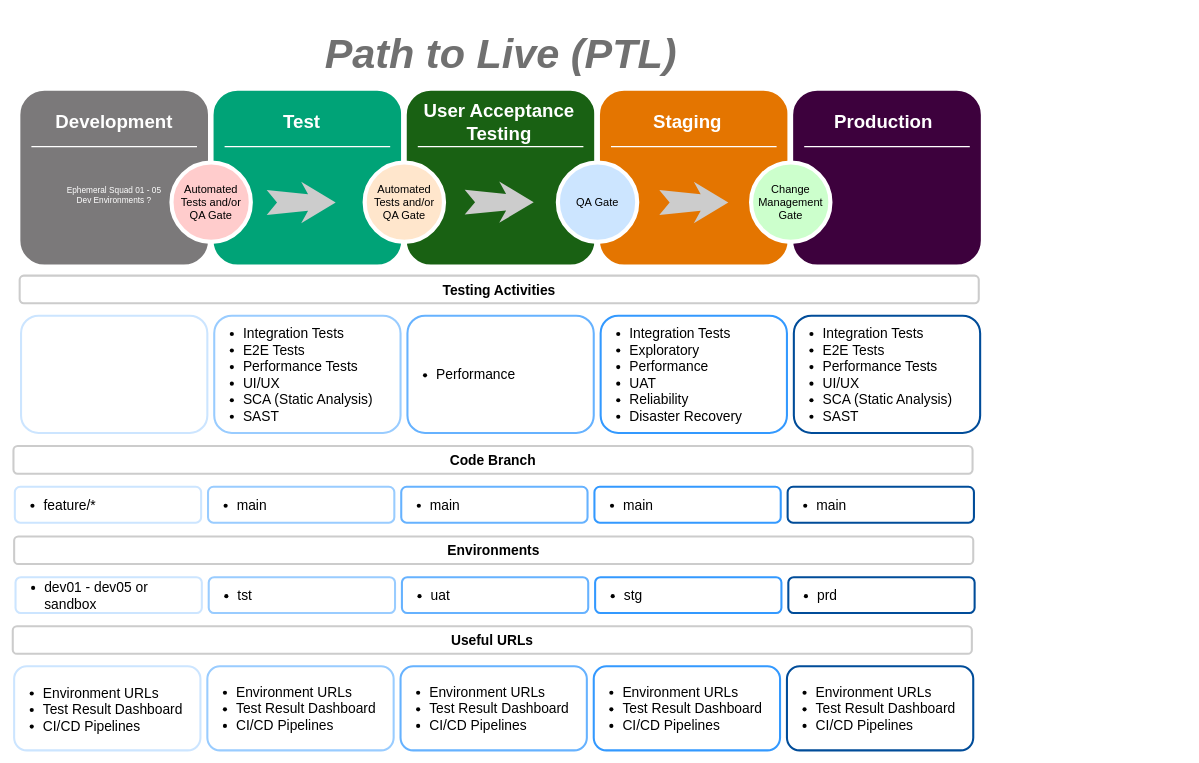
Before: Diagrams/path-to-live-7im.drawio in Vykistwo/7IM, a draw.io diagram. Source tidied: cells renumbered, new cells numbered last; positions are measured from the earlier drawing's top-left corner, leaving out a move shared by most shapes. Both pictures are drawn from the tidied source at 69%, with x=0, y=0 at pixel (12, 22).
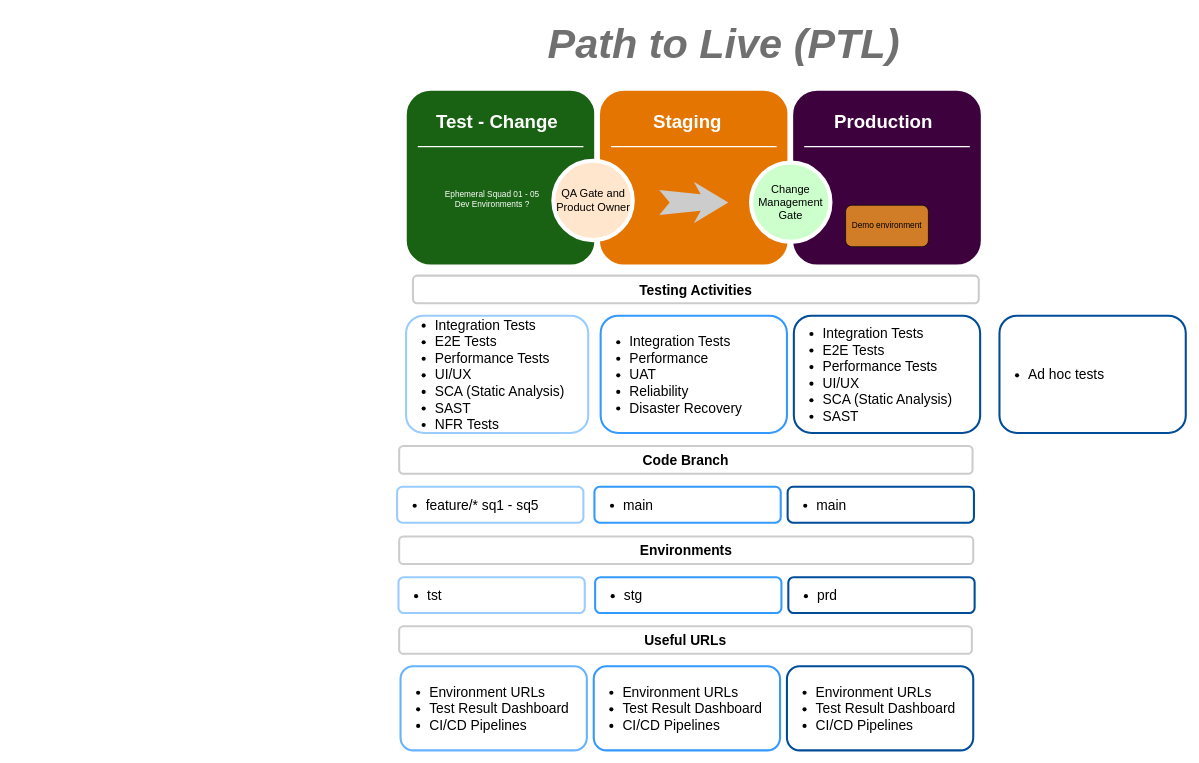
The same diagram, later.

Change to the diagram source:
```diff
@@
-    <mxCell id="2" style="whiteSpace=wrap;html=1;rounded=1;shadow=0;strokeWidth=8;fontSize=20;align=center;strokeColor=#FFFFFF;labelBackgroundColor=none;fillColor=#7b797a;" parent="1" vertex="1">
-      <mxGeometry x="7" y="95" width="280" height="260" as="geometry" />
-    </mxCell>
-    <mxCell id="3" value="&lt;div&gt;&lt;br&gt;&lt;/div&gt;" style="text;html=1;align=left;verticalAlign=middle;whiteSpace=wrap;rounded=1;shadow=0;fontSize=20;strokeWidth=3;fillColor=#ffffff;strokeColor=#CCE5FF;perimeterSpacing=5;" parent="1" vertex="1">
-      <mxGeometry x="12" y="425" width="270" height="170" as="geometry" />
-    </mxCell>
-    <mxCell id="4" style="line;strokeWidth=2;html=1;rounded=0;shadow=0;fontSize=27;align=center;fillColor=none;strokeColor=#FFFFFF;" parent="1" vertex="1">
-      <mxGeometry x="27" y="175" width="240" height="10" as="geometry" />
-    </mxCell>
-    <mxCell id="5" style="whiteSpace=wrap;html=1;rounded=1;shadow=0;strokeWidth=8;fontSize=20;align=center;strokeColor=#FFFFFF;fillColor=#00a377;" parent="1" vertex="1">
-      <mxGeometry x="287" y="95" width="280" height="260" as="geometry" />
-    </mxCell>
-    <mxCell id="6" style="line;strokeWidth=2;html=1;rounded=0;shadow=0;fontSize=27;align=center;fillColor=none;strokeColor=#FFFFFF;" parent="1" vertex="1">
-      <mxGeometry x="307" y="175" width="240" height="10" as="geometry" />
-    </mxCell>
@@
     <mxCell id="16" value="Path to Live (PTL)" style="text;html=1;align=center;verticalAlign=middle;fontSize=60;fontStyle=3;fillColor=#ffffff;rounded=0;fontColor=#4D4D4D;textOpacity=80;spacingTop=1;spacing=8;" parent="1" vertex="1">
-      <mxGeometry x="437" width="540" height="90" as="geometry" />
+      <mxGeometry x="760" y="-15" width="540" height="90" as="geometry" />
     </mxCell>
-    <mxCell id="17" value="Automated Tests and/or QA Gate" style="ellipse;whiteSpace=wrap;html=1;rounded=0;shadow=0;strokeWidth=6;fontSize=16;align=center;strokeColor=#FFFFFF;fillColor=#FFCCCC;" parent="1" vertex="1">
-      <mxGeometry x="230" y="203" width="115" height="115" as="geometry" />
-    </mxCell>
-    <mxCell id="18" value="Automated Tests and/or QA Gate" style="ellipse;whiteSpace=wrap;html=1;rounded=0;shadow=0;strokeWidth=6;fontSize=16;align=center;strokeColor=#FFFFFF;fillColor=#FFE6CC;" parent="1" vertex="1">
-      <mxGeometry x="510" y="203" width="115" height="115" as="geometry" />
+    <mxCell id="18" value="QA Gate and Product Owner" style="ellipse;whiteSpace=wrap;html=1;rounded=0;shadow=0;strokeWidth=6;fontSize=16;align=center;strokeColor=#FFFFFF;fillColor=#FFE6CC;" parent="1" vertex="1">
+      <mxGeometry x="783.5" y="200.5" width="115" height="115" as="geometry" />
     </mxCell>
-    <mxCell id="19" value="QA Gate" style="ellipse;whiteSpace=wrap;html=1;rounded=0;shadow=0;strokeWidth=6;fontSize=16;align=center;strokeColor=#FFFFFF;fillColor=#CCE5FF;" parent="1" vertex="1">
-      <mxGeometry x="790" y="203" width="115" height="115" as="geometry" />
-    </mxCell>
     <mxCell id="20" value="Testing Activities" style="whiteSpace=wrap;html=1;rounded=1;shadow=0;strokeWidth=3;fontSize=20;align=center;labelBackgroundColor=none;fillColor=#FFFFFF;strokeColor=#CCCCCC;fontStyle=1;" parent="1" vertex="1">
-      <mxGeometry x="10" y="367" width="1390" height="40" as="geometry" />
+      <mxGeometry x="580" y="367" width="820" height="40" as="geometry" />
     </mxCell>
-    <mxCell id="21" value="&lt;ul style=&quot;font-size: 20px&quot;&gt;&lt;li style=&quot;font-size: 20px&quot;&gt;Integration Tests&lt;/li&gt;&lt;li style=&quot;font-size: 20px&quot;&gt;E2E Tests&amp;nbsp;&lt;/li&gt;&lt;li style=&quot;font-size: 20px&quot;&gt;Performance Tests&lt;/li&gt;&lt;li style=&quot;font-size: 20px&quot;&gt;UI/UX&lt;/li&gt;&lt;li style=&quot;font-size: 20px&quot;&gt;SCA (Static Analysis)&lt;/li&gt;&lt;li style=&quot;font-size: 20px&quot;&gt;SAST&lt;/li&gt;&lt;/ul&gt;" style="text;html=1;align=left;verticalAlign=middle;whiteSpace=wrap;rounded=1;shadow=0;fontSize=20;strokeWidth=3;fillColor=#ffffff;perimeterSpacing=5;strokeColor=#99CCFF;" parent="1" vertex="1">
-      <mxGeometry x="292" y="425" width="270" height="170" as="geometry" />
+    <mxCell id="21" value="&lt;ul style=&quot;font-size: 20px&quot;&gt;&lt;li style=&quot;font-size: 20px&quot;&gt;Integration Tests&lt;/li&gt;&lt;li style=&quot;font-size: 20px&quot;&gt;E2E Tests&amp;nbsp;&lt;/li&gt;&lt;li style=&quot;font-size: 20px&quot;&gt;Performance Tests&lt;/li&gt;&lt;li style=&quot;font-size: 20px&quot;&gt;UI/UX&lt;/li&gt;&lt;li style=&quot;font-size: 20px&quot;&gt;SCA (Static Analysis)&lt;/li&gt;&lt;li style=&quot;font-size: 20px&quot;&gt;SAST&lt;/li&gt;&lt;li&gt;NFR Tests&lt;/li&gt;&lt;/ul&gt;" style="text;html=1;align=left;verticalAlign=middle;whiteSpace=wrap;rounded=1;shadow=0;fontSize=20;strokeWidth=3;fillColor=#ffffff;perimeterSpacing=5;strokeColor=#99CCFF;" parent="1" vertex="1">
+      <mxGeometry x="570" y="425" width="264" height="170" as="geometry" />
     </mxCell>
-    <mxCell id="22" value="&lt;ul style=&quot;font-size: 20px&quot;&gt;&lt;li style=&quot;font-size: 20px&quot;&gt;Performance&lt;/li&gt;&lt;/ul&gt;" style="text;html=1;align=left;verticalAlign=middle;whiteSpace=wrap;rounded=1;shadow=0;fontSize=20;strokeWidth=3;fillColor=#ffffff;perimeterSpacing=5;strokeColor=#66B2FF;" parent="1" vertex="1">
-      <mxGeometry x="572" y="425" width="270" height="170" as="geometry" />
-    </mxCell>
-    <mxCell id="23" value="&lt;ul style=&quot;font-size: 20px&quot;&gt;&lt;li&gt;Integration Tests&lt;/li&gt;&lt;li&gt;Exploratory&lt;/li&gt;&lt;li&gt;Performance&lt;/li&gt;&lt;li&gt;UAT&lt;/li&gt;&lt;li&gt;Reliability&lt;/li&gt;&lt;li&gt;Disaster Recovery&lt;/li&gt;&lt;/ul&gt;" style="text;html=1;align=left;verticalAlign=middle;whiteSpace=wrap;rounded=1;shadow=0;fontSize=20;strokeWidth=3;fillColor=#ffffff;perimeterSpacing=5;strokeColor=#3399FF;" parent="1" vertex="1">
+    <mxCell id="23" value="&lt;ul style=&quot;font-size: 20px&quot;&gt;&lt;li&gt;Integration Tests&lt;/li&gt;&lt;li&gt;Performance&lt;/li&gt;&lt;li&gt;UAT&lt;/li&gt;&lt;li&gt;Reliability&lt;/li&gt;&lt;li&gt;Disaster Recovery&lt;/li&gt;&lt;/ul&gt;" style="text;html=1;align=left;verticalAlign=middle;whiteSpace=wrap;rounded=1;shadow=0;fontSize=20;strokeWidth=3;fillColor=#ffffff;perimeterSpacing=5;strokeColor=#3399FF;" parent="1" vertex="1">
       <mxGeometry x="852" y="425" width="270" height="170" as="geometry" />
     </mxCell>
@@
-    <mxCell id="25" value="&lt;ul style=&quot;font-size: 20px&quot;&gt;&lt;li style=&quot;font-size: 20px&quot;&gt;feature/*&lt;/li&gt;&lt;/ul&gt;" style="text;html=1;align=left;verticalAlign=middle;whiteSpace=wrap;rounded=1;shadow=0;fontSize=20;strokeWidth=3;fillColor=#ffffff;strokeColor=#CCE5FF;perimeterSpacing=5;" parent="1" vertex="1">
-      <mxGeometry x="3" y="673" width="270" height="52" as="geometry" />
-    </mxCell>
     <mxCell id="26" value="Code Branch" style="whiteSpace=wrap;html=1;rounded=1;shadow=0;strokeWidth=3;fontSize=20;align=center;labelBackgroundColor=none;fillColor=#FFFFFF;strokeColor=#CCCCCC;fontStyle=1;" parent="1" vertex="1">
-      <mxGeometry x="1" y="614" width="1390" height="40" as="geometry" />
+      <mxGeometry x="560" y="614" width="831" height="40" as="geometry" />
     </mxCell>
-    <mxCell id="27" value="&lt;ul style=&quot;font-size: 20px&quot;&gt;&lt;li style=&quot;font-size: 20px&quot;&gt;main&lt;/li&gt;&lt;/ul&gt;" style="text;html=1;align=left;verticalAlign=middle;whiteSpace=wrap;rounded=1;shadow=0;fontSize=20;strokeWidth=3;fillColor=#ffffff;perimeterSpacing=5;strokeColor=#99CCFF;" parent="1" vertex="1">
-      <mxGeometry x="283" y="673" width="270" height="52" as="geometry" />
+    <mxCell id="27" value="&lt;ul style=&quot;font-size: 20px&quot;&gt;&lt;li style=&quot;font-size: 20px&quot;&gt;feature/* sq1 - sq5&lt;/li&gt;&lt;/ul&gt;" style="text;html=1;align=left;verticalAlign=middle;whiteSpace=wrap;rounded=1;shadow=0;fontSize=20;strokeWidth=3;fillColor=#ffffff;perimeterSpacing=5;strokeColor=#99CCFF;" parent="1" vertex="1">
+      <mxGeometry x="557" y="673" width="270" height="52" as="geometry" />
     </mxCell>
-    <mxCell id="28" value="&lt;ul style=&quot;font-size: 20px&quot;&gt;&lt;li style=&quot;font-size: 20px&quot;&gt;main&lt;/li&gt;&lt;/ul&gt;" style="text;html=1;align=left;verticalAlign=middle;whiteSpace=wrap;rounded=1;shadow=0;fontSize=20;strokeWidth=3;fillColor=#ffffff;perimeterSpacing=5;strokeColor=#66B2FF;" parent="1" vertex="1">
-      <mxGeometry x="563" y="673" width="270" height="52" as="geometry" />
-    </mxCell>
@@
-    <mxCell id="31" value="&lt;font color=&quot;#ffffff&quot;&gt;Development&lt;/font&gt;" style="text;html=1;strokeColor=none;fillColor=none;align=center;verticalAlign=middle;whiteSpace=wrap;rounded=0;shadow=0;fontSize=27;fontStyle=1;" parent="1" vertex="1">
-      <mxGeometry x="7" y="115" width="280" height="60" as="geometry" />
-    </mxCell>
-    <mxCell id="32" value="&lt;font color=&quot;#ffffff&quot;&gt;Test&lt;/font&gt;" style="text;html=1;strokeColor=none;fillColor=none;align=center;verticalAlign=middle;whiteSpace=wrap;rounded=0;shadow=0;fontSize=27;fontStyle=1;" parent="1" vertex="1">
-      <mxGeometry x="279" y="115" width="280" height="60" as="geometry" />
-    </mxCell>
-    <mxCell id="33" value="&lt;font color=&quot;#ffffff&quot;&gt;User Acceptance Testing&lt;/font&gt;" style="text;html=1;strokeColor=none;fillColor=none;align=center;verticalAlign=middle;whiteSpace=wrap;rounded=0;shadow=0;fontSize=27;fontStyle=1;" parent="1" vertex="1">
-      <mxGeometry x="565" y="115" width="280" height="60" as="geometry" />
-    </mxCell>
@@
-    <mxCell id="35" style="html=1;shadow=0;dashed=0;align=center;verticalAlign=middle;shape=mxgraph.arrows2.stylisedArrow;dy=0.6;dx=40;notch=15;feather=0.4;rounded=0;strokeWidth=1;fontSize=27;strokeColor=none;fillColor=#CCCCCC;" parent="1" vertex="1">
-      <mxGeometry x="368" y="231" width="100" height="60" as="geometry" />
-    </mxCell>
-    <mxCell id="36" style="html=1;shadow=0;dashed=0;align=center;verticalAlign=middle;shape=mxgraph.arrows2.stylisedArrow;dy=0.6;dx=40;notch=15;feather=0.4;rounded=0;strokeWidth=1;fontSize=27;strokeColor=none;fillColor=#CCCCCC;" parent="1" vertex="1">
-      <mxGeometry x="655" y="230.5" width="100" height="60" as="geometry" />
-    </mxCell>
-    <mxCell id="37" value="&lt;ul style=&quot;font-size: 20px&quot;&gt;&lt;li style=&quot;font-size: 20px&quot;&gt;dev01 - dev05 or sandbox&lt;/li&gt;&lt;/ul&gt;" style="text;html=1;align=left;verticalAlign=middle;whiteSpace=wrap;rounded=1;shadow=0;fontSize=20;strokeWidth=3;fillColor=#ffffff;strokeColor=#CCE5FF;perimeterSpacing=5;" parent="1" vertex="1">
-      <mxGeometry x="4" y="804" width="270" height="52" as="geometry" />
-    </mxCell>
     <mxCell id="38" value="Environments" style="whiteSpace=wrap;html=1;rounded=1;shadow=0;strokeWidth=3;fontSize=20;align=center;labelBackgroundColor=none;fillColor=#FFFFFF;strokeColor=#CCCCCC;fontStyle=1;" parent="1" vertex="1">
-      <mxGeometry x="2" y="745" width="1390" height="40" as="geometry" />
+      <mxGeometry x="560" y="745" width="832" height="40" as="geometry" />
     </mxCell>
     <mxCell id="39" value="&lt;ul style=&quot;font-size: 20px&quot;&gt;&lt;li style=&quot;font-size: 20px&quot;&gt;tst&lt;/li&gt;&lt;/ul&gt;" style="text;html=1;align=left;verticalAlign=middle;whiteSpace=wrap;rounded=1;shadow=0;fontSize=20;strokeWidth=3;fillColor=#ffffff;perimeterSpacing=5;strokeColor=#99CCFF;" parent="1" vertex="1">
-      <mxGeometry x="284" y="804" width="270" height="52" as="geometry" />
+      <mxGeometry x="559" y="804" width="270" height="52" as="geometry" />
     </mxCell>
-    <mxCell id="40" value="&lt;ul style=&quot;font-size: 20px&quot;&gt;&lt;li style=&quot;font-size: 20px&quot;&gt;uat&lt;/li&gt;&lt;/ul&gt;" style="text;html=1;align=left;verticalAlign=middle;whiteSpace=wrap;rounded=1;shadow=0;fontSize=20;strokeWidth=3;fillColor=#ffffff;perimeterSpacing=5;strokeColor=#66B2FF;" parent="1" vertex="1">
-      <mxGeometry x="564" y="804" width="270" height="52" as="geometry" />
-    </mxCell>
@@
-    <mxCell id="43" value="&lt;ul style=&quot;font-size: 20px&quot;&gt;&lt;li style=&quot;font-size: 20px&quot;&gt;Environment URLs&lt;/li&gt;&lt;li style=&quot;font-size: 20px&quot;&gt;Test Result Dashboard&lt;/li&gt;&lt;li style=&quot;font-size: 20px&quot;&gt;CI/CD Pipelines&lt;/li&gt;&lt;/ul&gt;" style="text;html=1;align=left;verticalAlign=middle;whiteSpace=wrap;rounded=1;shadow=0;fontSize=20;strokeWidth=3;fillColor=#ffffff;strokeColor=#CCE5FF;perimeterSpacing=5;spacingTop=2;" parent="1" vertex="1">
-      <mxGeometry x="2" y="933" width="270" height="122" as="geometry" />
-    </mxCell>
     <mxCell id="44" value="Useful URLs" style="whiteSpace=wrap;html=1;rounded=1;shadow=0;strokeWidth=3;fontSize=20;align=center;labelBackgroundColor=none;fillColor=#FFFFFF;strokeColor=#CCCCCC;fontStyle=1;" parent="1" vertex="1">
-      <mxGeometry y="875" width="1390" height="40" as="geometry" />
+      <mxGeometry x="560" y="875" width="830" height="40" as="geometry" />
     </mxCell>
-    <mxCell id="45" value="&lt;ul style=&quot;font-size: 20px&quot;&gt;&lt;li&gt;Environment URLs&lt;/li&gt;&lt;li&gt;Test Result Dashboard&lt;/li&gt;&lt;li&gt;CI/CD Pipelines&lt;/li&gt;&lt;/ul&gt;" style="text;html=1;align=left;verticalAlign=middle;whiteSpace=wrap;rounded=1;shadow=0;fontSize=20;strokeWidth=3;fillColor=#ffffff;perimeterSpacing=5;strokeColor=#99CCFF;" parent="1" vertex="1">
-      <mxGeometry x="282" y="933" width="270" height="122" as="geometry" />
-    </mxCell>
@@
     <mxCell id="49" value="Ephemeral Squad 01 - 05 Dev Environments ?" style="text;html=1;align=center;verticalAlign=middle;whiteSpace=wrap;rounded=0;fontColor=#FFFFFF;" parent="1" vertex="1">
-      <mxGeometry x="72" y="195" width="150" height="110" as="geometry" />
+      <mxGeometry x="620" y="200.5" width="150" height="110" as="geometry" />
     </mxCell>
+    <mxCell id="50" value="&lt;font color=&quot;#ffffff&quot;&gt;Test - Change&lt;/font&gt;" style="text;html=1;strokeColor=none;fillColor=none;align=center;verticalAlign=middle;whiteSpace=wrap;rounded=0;shadow=0;fontSize=27;fontStyle=1;" parent="1" vertex="1">
+      <mxGeometry x="562" y="115" width="280" height="60" as="geometry" />
+    </mxCell>
+    <mxCell id="51" value="&lt;ul style=&quot;font-size: 20px&quot;&gt;&lt;li&gt;Ad hoc tests&lt;/li&gt;&lt;/ul&gt;" style="text;html=1;align=left;verticalAlign=middle;whiteSpace=wrap;rounded=1;shadow=0;fontSize=20;strokeWidth=3;fillColor=#ffffff;perimeterSpacing=5;strokeColor=#004C99;" parent="1" vertex="1">
+      <mxGeometry x="1430" y="425" width="270" height="170" as="geometry" />
+    </mxCell>
+    <mxCell id="52" value="Demo environment" style="rounded=1;whiteSpace=wrap;html=1;fillColor=#d17c26;" parent="1" vertex="1">
+      <mxGeometry x="1207" y="265" width="120" height="60" as="geometry" />
+    </mxCell>
```
